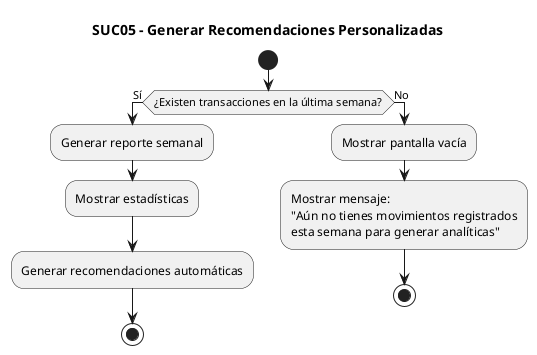
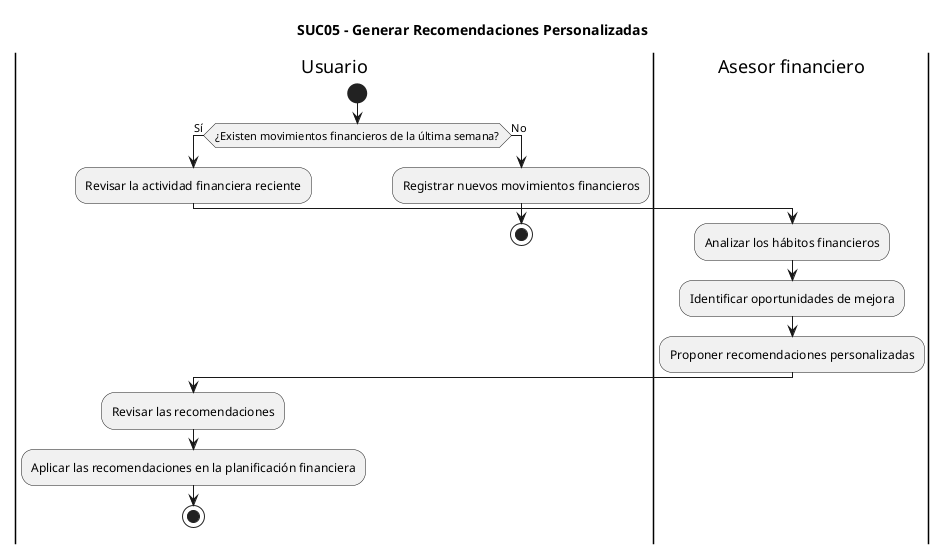
@startuml
title SUC05 - Generar Recomendaciones Personalizadas

+ |Usuario|
+ 
start

- if (¿Existen transacciones en la última semana?) then (Sí)
+ if (¿Existen movimientos financieros de la última semana?) then (Sí)

-     :Generar reporte semanal;
-     :Mostrar estadísticas;
-     :Generar recomendaciones automáticas;
-     stop
+ :Revisar la actividad financiera reciente;
+ 
+ |Asesor financiero|
+ 
+ :Analizar los hábitos financieros;
+ :Identificar oportunidades de mejora;
+ :Proponer recomendaciones personalizadas;
+ 
+ |Usuario|
+ 
+ :Revisar las recomendaciones;
+ :Aplicar las recomendaciones en la planificación financiera;
+ 
+ stop

else (No)

-     :Mostrar pantalla vacía;
-     :Mostrar mensaje:
-     "Aún no tienes movimientos registrados
-     esta semana para generar analíticas";
-     stop
+ :Registrar nuevos movimientos financieros;
+ 
+ stop

endif

@enduml